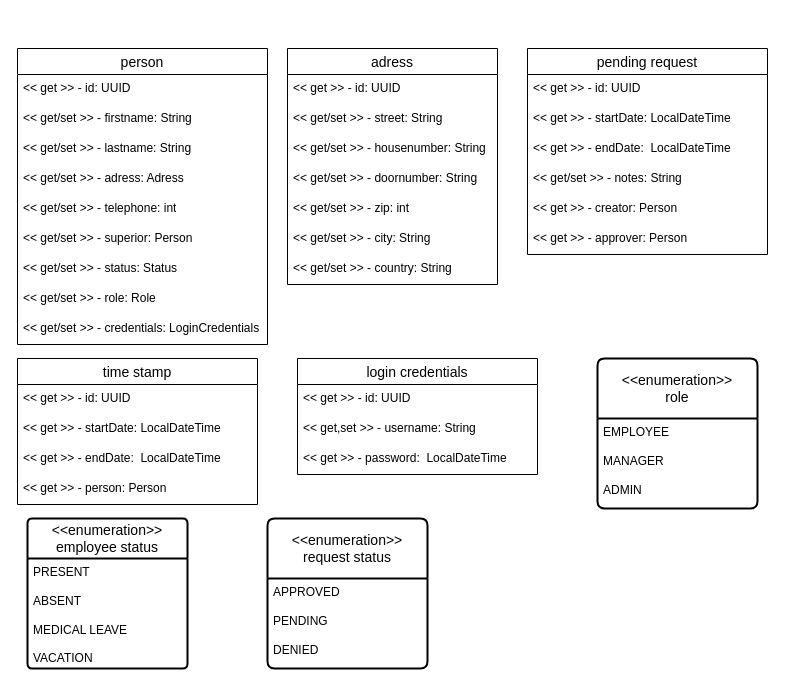
Earlier version of the draw.io diagram documentation/Datenbank/Class_Diagramm.drawio (FabianAndiel1985/employee_management). Source tidied: cells renumbered, new cells numbered last; positions are measured from the earlier drawing's top-left corner, leaving out a move shared by most shapes. Both pictures are drawn from the tidied source at 100%, with x=0, y=0 at pixel (17, 48).
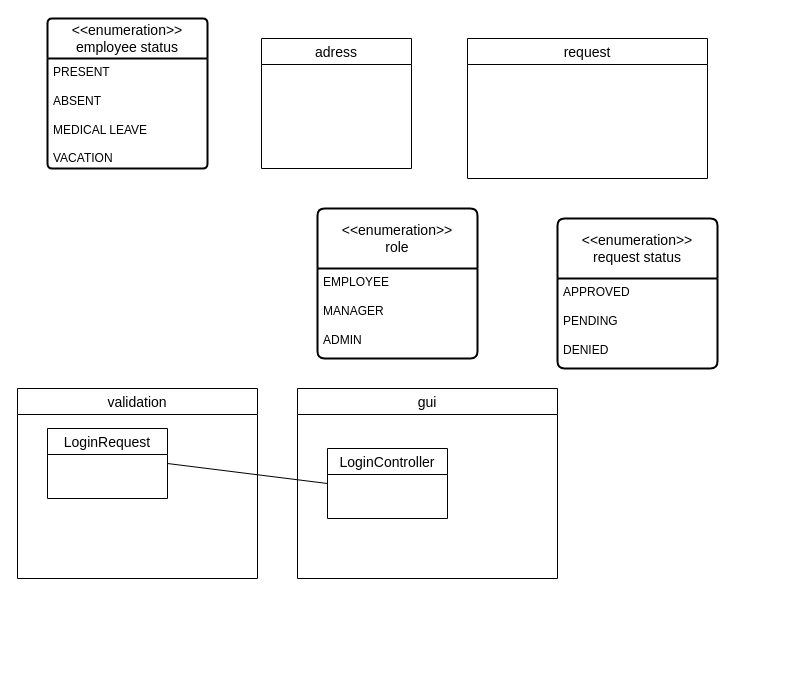
After the change.

The edit, as a diff of the source:
```diff
@@
-    <mxCell id="2" value="person" style="swimlane;fontStyle=0;horizontal=1;startSize=26;align=center;fontSize=14;" parent="1" vertex="1">
-      <mxGeometry width="250" height="296" as="geometry" />
-    </mxCell>
-    <mxCell id="3" value="&amp;lt;&amp;lt; get &amp;gt;&amp;gt; - id: UUID" style="text;strokeColor=none;fillColor=none;spacingLeft=4;spacingRight=4;overflow=hidden;fontSize=12;whiteSpace=wrap;html=1;" parent="2" vertex="1">
-      <mxGeometry y="26" width="250" height="30" as="geometry" />
-    </mxCell>
-    <mxCell id="4" value="&amp;lt;&amp;lt; get/set &amp;gt;&amp;gt; - firstname: String" style="text;strokeColor=none;fillColor=none;spacingLeft=4;spacingRight=4;overflow=hidden;fontSize=12;whiteSpace=wrap;html=1;" parent="2" vertex="1">
-      <mxGeometry y="56" width="250" height="30" as="geometry" />
-    </mxCell>
-    <mxCell id="5" value="&amp;lt;&amp;lt; get/set &amp;gt;&amp;gt; - lastname: String" style="text;strokeColor=none;fillColor=none;spacingLeft=4;spacingRight=4;overflow=hidden;fontSize=12;whiteSpace=wrap;html=1;" parent="2" vertex="1">
-      <mxGeometry y="86" width="250" height="30" as="geometry" />
-    </mxCell>
-    <mxCell id="6" value="&amp;lt;&amp;lt; get/set &amp;gt;&amp;gt; - adress: Adress" style="text;strokeColor=none;fillColor=none;spacingLeft=4;spacingRight=4;overflow=hidden;fontSize=12;whiteSpace=wrap;html=1;" parent="2" vertex="1">
-      <mxGeometry y="116" width="250" height="30" as="geometry" />
-    </mxCell>
-    <mxCell id="7" value="&amp;lt;&amp;lt; get/set &amp;gt;&amp;gt; - telephone: int" style="text;strokeColor=none;fillColor=none;spacingLeft=4;spacingRight=4;overflow=hidden;fontSize=12;whiteSpace=wrap;html=1;" parent="2" vertex="1">
-      <mxGeometry y="146" width="250" height="30" as="geometry" />
-    </mxCell>
-    <mxCell id="8" value="&amp;lt;&amp;lt; get/set &amp;gt;&amp;gt; - superior: Person" style="text;strokeColor=none;fillColor=none;spacingLeft=4;spacingRight=4;overflow=hidden;fontSize=12;whiteSpace=wrap;html=1;" parent="2" vertex="1">
-      <mxGeometry y="176" width="250" height="30" as="geometry" />
-    </mxCell>
-    <mxCell id="9" value="&amp;lt;&amp;lt; get/set &amp;gt;&amp;gt; - status: Status" style="text;strokeColor=none;fillColor=none;spacingLeft=4;spacingRight=4;overflow=hidden;fontSize=12;whiteSpace=wrap;html=1;" parent="2" vertex="1">
-      <mxGeometry y="206" width="250" height="30" as="geometry" />
-    </mxCell>
-    <mxCell id="10" value="&amp;lt;&amp;lt; get/set &amp;gt;&amp;gt; - role: Role" style="text;strokeColor=none;fillColor=none;spacingLeft=4;spacingRight=4;overflow=hidden;fontSize=12;whiteSpace=wrap;html=1;" parent="2" vertex="1">
-      <mxGeometry y="236" width="250" height="30" as="geometry" />
-    </mxCell>
-    <mxCell id="11" value="&amp;lt;&amp;lt; get/set &amp;gt;&amp;gt; - credentials: LoginCredentials" style="text;strokeColor=none;fillColor=none;spacingLeft=4;spacingRight=4;overflow=hidden;fontSize=12;whiteSpace=wrap;html=1;" parent="2" vertex="1">
-      <mxGeometry y="266" width="250" height="30" as="geometry" />
-    </mxCell>
     <mxCell id="12" value="adress" style="swimlane;fontStyle=0;horizontal=1;startSize=26;align=center;fontSize=14;" parent="1" vertex="1">
-      <mxGeometry x="270" width="210" height="236" as="geometry" />
+      <mxGeometry x="244" y="-10" width="150" height="130" as="geometry" />
     </mxCell>
-    <mxCell id="13" value="&amp;lt;&amp;lt; get &amp;gt;&amp;gt; - id: UUID" style="text;strokeColor=none;fillColor=none;spacingLeft=4;spacingRight=4;overflow=hidden;fontSize=12;whiteSpace=wrap;html=1;" parent="12" vertex="1">
-      <mxGeometry y="26" width="210" height="30" as="geometry" />
-    </mxCell>
-    <mxCell id="14" value="&amp;lt;&amp;lt; get/set &amp;gt;&amp;gt;&amp;nbsp;- street: String" style="text;strokeColor=none;fillColor=none;spacingLeft=4;spacingRight=4;overflow=hidden;fontSize=12;whiteSpace=wrap;html=1;" parent="12" vertex="1">
-      <mxGeometry y="56" width="210" height="30" as="geometry" />
-    </mxCell>
-    <mxCell id="15" value="&amp;lt;&amp;lt; get/set &amp;gt;&amp;gt;&amp;nbsp;- housenumber: String" style="text;strokeColor=none;fillColor=none;spacingLeft=4;spacingRight=4;overflow=hidden;fontSize=12;whiteSpace=wrap;html=1;" parent="12" vertex="1">
-      <mxGeometry y="86" width="210" height="30" as="geometry" />
-    </mxCell>
-    <mxCell id="16" value="&amp;lt;&amp;lt; get/set &amp;gt;&amp;gt;&amp;nbsp;- doornumber: String" style="text;strokeColor=none;fillColor=none;spacingLeft=4;spacingRight=4;overflow=hidden;fontSize=12;whiteSpace=wrap;html=1;" parent="12" vertex="1">
-      <mxGeometry y="116" width="210" height="30" as="geometry" />
-    </mxCell>
-    <mxCell id="17" value="&amp;lt;&amp;lt; get/set &amp;gt;&amp;gt;&amp;nbsp;- zip: int" style="text;strokeColor=none;fillColor=none;spacingLeft=4;spacingRight=4;overflow=hidden;fontSize=12;whiteSpace=wrap;html=1;" parent="12" vertex="1">
-      <mxGeometry y="146" width="210" height="30" as="geometry" />
-    </mxCell>
-    <mxCell id="18" value="&amp;lt;&amp;lt; get/set &amp;gt;&amp;gt;&amp;nbsp;- city: String" style="text;strokeColor=none;fillColor=none;spacingLeft=4;spacingRight=4;overflow=hidden;fontSize=12;whiteSpace=wrap;html=1;" parent="12" vertex="1">
-      <mxGeometry y="176" width="210" height="30" as="geometry" />
-    </mxCell>
-    <mxCell id="19" value="&amp;lt;&amp;lt; get/set &amp;gt;&amp;gt;&amp;nbsp;- country: String" style="text;strokeColor=none;fillColor=none;spacingLeft=4;spacingRight=4;overflow=hidden;fontSize=12;whiteSpace=wrap;html=1;" parent="12" vertex="1">
-      <mxGeometry y="206" width="210" height="30" as="geometry" />
-    </mxCell>
-    <mxCell id="20" value="pending request" style="swimlane;fontStyle=0;horizontal=1;startSize=26;align=center;fontSize=14;" parent="1" vertex="1">
-      <mxGeometry x="510" width="240" height="206" as="geometry" />
+    <mxCell id="20" value="request" style="swimlane;fontStyle=0;horizontal=1;startSize=26;align=center;fontSize=14;" parent="1" vertex="1">
+      <mxGeometry x="450" y="-10" width="240" height="140" as="geometry" />
     </mxCell>
-    <mxCell id="21" value="&amp;lt;&amp;lt; get &amp;gt;&amp;gt; - id: UUID" style="text;strokeColor=none;fillColor=none;spacingLeft=4;spacingRight=4;overflow=hidden;fontSize=12;whiteSpace=wrap;html=1;" parent="20" vertex="1">
-      <mxGeometry y="26" width="240" height="30" as="geometry" />
-    </mxCell>
-    <mxCell id="22" value="&amp;lt;&amp;lt; get &amp;gt;&amp;gt;&amp;nbsp;- startDate: LocalDateTime" style="text;strokeColor=none;fillColor=none;spacingLeft=4;spacingRight=4;overflow=hidden;fontSize=12;whiteSpace=wrap;html=1;" parent="20" vertex="1">
-      <mxGeometry y="56" width="240" height="30" as="geometry" />
-    </mxCell>
-    <mxCell id="23" value="&amp;lt;&amp;lt; get &amp;gt;&amp;gt;&amp;nbsp;- endDate:&amp;nbsp;&amp;nbsp;LocalDateTime" style="text;strokeColor=none;fillColor=none;spacingLeft=4;spacingRight=4;overflow=hidden;fontSize=12;whiteSpace=wrap;html=1;" parent="20" vertex="1">
-      <mxGeometry y="86" width="240" height="30" as="geometry" />
-    </mxCell>
-    <mxCell id="24" value="&amp;lt;&amp;lt; get/set &amp;gt;&amp;gt;&amp;nbsp;- notes: String" style="text;strokeColor=none;fillColor=none;spacingLeft=4;spacingRight=4;overflow=hidden;fontSize=12;whiteSpace=wrap;html=1;" parent="20" vertex="1">
-      <mxGeometry y="116" width="240" height="30" as="geometry" />
-    </mxCell>
-    <mxCell id="25" value="&amp;lt;&amp;lt; get &amp;gt;&amp;gt;&amp;nbsp;- creator: Person" style="text;strokeColor=none;fillColor=none;spacingLeft=4;spacingRight=4;overflow=hidden;fontSize=12;whiteSpace=wrap;html=1;" parent="20" vertex="1">
-      <mxGeometry y="146" width="240" height="30" as="geometry" />
-    </mxCell>
-    <mxCell id="26" value="&amp;lt;&amp;lt; get &amp;gt;&amp;gt;&amp;nbsp;- approver: Person" style="text;strokeColor=none;fillColor=none;spacingLeft=4;spacingRight=4;overflow=hidden;fontSize=12;whiteSpace=wrap;html=1;" parent="20" vertex="1">
-      <mxGeometry y="176" width="240" height="30" as="geometry" />
-    </mxCell>
-    <mxCell id="27" value="time stamp" style="swimlane;fontStyle=0;horizontal=1;startSize=26;align=center;fontSize=14;" parent="1" vertex="1">
-      <mxGeometry y="310" width="240" height="146" as="geometry" />
+    <mxCell id="27" value="gui" style="swimlane;fontStyle=0;horizontal=1;startSize=26;align=center;fontSize=14;" parent="1" vertex="1">
+      <mxGeometry x="280" y="340" width="260" height="190" as="geometry" />
     </mxCell>
-    <mxCell id="28" value="&amp;lt;&amp;lt; get &amp;gt;&amp;gt; - id: UUID" style="text;strokeColor=none;fillColor=none;spacingLeft=4;spacingRight=4;overflow=hidden;fontSize=12;whiteSpace=wrap;html=1;" parent="27" vertex="1">
-      <mxGeometry y="26" width="240" height="30" as="geometry" />
-    </mxCell>
-    <mxCell id="29" value="&amp;lt;&amp;lt; get &amp;gt;&amp;gt;&amp;nbsp;- startDate: LocalDateTime" style="text;strokeColor=none;fillColor=none;spacingLeft=4;spacingRight=4;overflow=hidden;fontSize=12;whiteSpace=wrap;html=1;" parent="27" vertex="1">
-      <mxGeometry y="56" width="240" height="30" as="geometry" />
-    </mxCell>
-    <mxCell id="30" value="&amp;lt;&amp;lt; get &amp;gt;&amp;gt;&amp;nbsp;- endDate:&amp;nbsp;&amp;nbsp;LocalDateTime" style="text;strokeColor=none;fillColor=none;spacingLeft=4;spacingRight=4;overflow=hidden;fontSize=12;whiteSpace=wrap;html=1;" parent="27" vertex="1">
-      <mxGeometry y="86" width="240" height="30" as="geometry" />
-    </mxCell>
-    <mxCell id="31" value="&amp;lt;&amp;lt; get &amp;gt;&amp;gt;&amp;nbsp;- person: Person" style="text;strokeColor=none;fillColor=none;spacingLeft=4;spacingRight=4;overflow=hidden;fontSize=12;whiteSpace=wrap;html=1;" parent="27" vertex="1">
-      <mxGeometry y="116" width="240" height="30" as="geometry" />
-    </mxCell>
-    <mxCell id="32" value="login credentials" style="swimlane;fontStyle=0;horizontal=1;startSize=26;align=center;fontSize=14;" parent="1" vertex="1">
-      <mxGeometry x="280" y="310" width="240" height="116" as="geometry" />
-    </mxCell>
-    <mxCell id="33" value="&amp;lt;&amp;lt; get &amp;gt;&amp;gt; - id: UUID" style="text;strokeColor=none;fillColor=none;spacingLeft=4;spacingRight=4;overflow=hidden;fontSize=12;whiteSpace=wrap;html=1;" parent="32" vertex="1">
-      <mxGeometry y="26" width="240" height="30" as="geometry" />
-    </mxCell>
-    <mxCell id="34" value="&amp;lt;&amp;lt; get,set &amp;gt;&amp;gt;&amp;nbsp;- username: String" style="text;strokeColor=none;fillColor=none;spacingLeft=4;spacingRight=4;overflow=hidden;fontSize=12;whiteSpace=wrap;html=1;" parent="32" vertex="1">
-      <mxGeometry y="56" width="240" height="30" as="geometry" />
-    </mxCell>
-    <mxCell id="35" value="&amp;lt;&amp;lt; get &amp;gt;&amp;gt;&amp;nbsp;- password:&amp;nbsp;&amp;nbsp;LocalDateTime" style="text;strokeColor=none;fillColor=none;spacingLeft=4;spacingRight=4;overflow=hidden;fontSize=12;whiteSpace=wrap;html=1;" parent="32" vertex="1">
-      <mxGeometry y="86" width="240" height="30" as="geometry" />
-    </mxCell>
     <mxCell id="36" value="&amp;lt;&amp;lt;enumeration&amp;gt;&amp;gt;&lt;div&gt;role&lt;/div&gt;" style="swimlane;horizontal=1;startSize=60;rounded=1;fontSize=14;fontStyle=0;strokeWidth=2;shadow=0;dashed=0;align=center;arcSize=4;whiteSpace=wrap;html=1;" parent="1" vertex="1">
-      <mxGeometry x="580" y="310" width="160" height="150" as="geometry" />
+      <mxGeometry x="300" y="160" width="160" height="150" as="geometry" />
     </mxCell>
@@
     <mxCell id="38" value="&amp;lt;&amp;lt;enumeration&amp;gt;&amp;gt;&lt;div&gt;employee status&lt;/div&gt;" style="swimlane;horizontal=1;startSize=40;rounded=1;fontSize=14;fontStyle=0;strokeWidth=2;shadow=0;dashed=0;align=center;arcSize=4;whiteSpace=wrap;html=1;" parent="1" vertex="1">
-      <mxGeometry x="10" y="470" width="160" height="150" as="geometry" />
+      <mxGeometry x="30" y="-30" width="160" height="150" as="geometry" />
     </mxCell>
@@
     <mxCell id="40" value="&amp;lt;&amp;lt;enumeration&amp;gt;&amp;gt;&lt;div&gt;request status&lt;/div&gt;" style="swimlane;horizontal=1;startSize=60;rounded=1;fontSize=14;fontStyle=0;strokeWidth=2;shadow=0;dashed=0;align=center;arcSize=4;whiteSpace=wrap;html=1;" parent="1" vertex="1">
-      <mxGeometry x="250" y="470" width="160" height="150" as="geometry" />
+      <mxGeometry x="540" y="170" width="160" height="150" as="geometry" />
     </mxCell>
@@
+    <mxCell id="42" value="validation" style="swimlane;fontStyle=0;horizontal=1;startSize=26;align=center;fontSize=14;" parent="1" vertex="1">
+      <mxGeometry y="340" width="240" height="190" as="geometry" />
+    </mxCell>
+    <mxCell id="43" value="LoginRequest" style="swimlane;fontStyle=0;horizontal=1;startSize=26;align=center;fontSize=14;" parent="1" vertex="1">
+      <mxGeometry x="30" y="380" width="120" height="70" as="geometry" />
+    </mxCell>
+    <mxCell id="44" value="LoginController" style="swimlane;fontStyle=0;horizontal=1;startSize=26;align=center;fontSize=14;" parent="1" vertex="1">
+      <mxGeometry x="310" y="400" width="120" height="70" as="geometry" />
+    </mxCell>
+    <mxCell id="45" style="endArrow=none;html=1;rounded=0;entryX=0;entryY=0.5;entryDx=0;entryDy=0;exitX=1;exitY=0.5;exitDx=0;exitDy=0;" parent="1" edge="1" source="43" target="44">
+      <mxGeometry relative="1" as="geometry" />
+    </mxCell>
```
